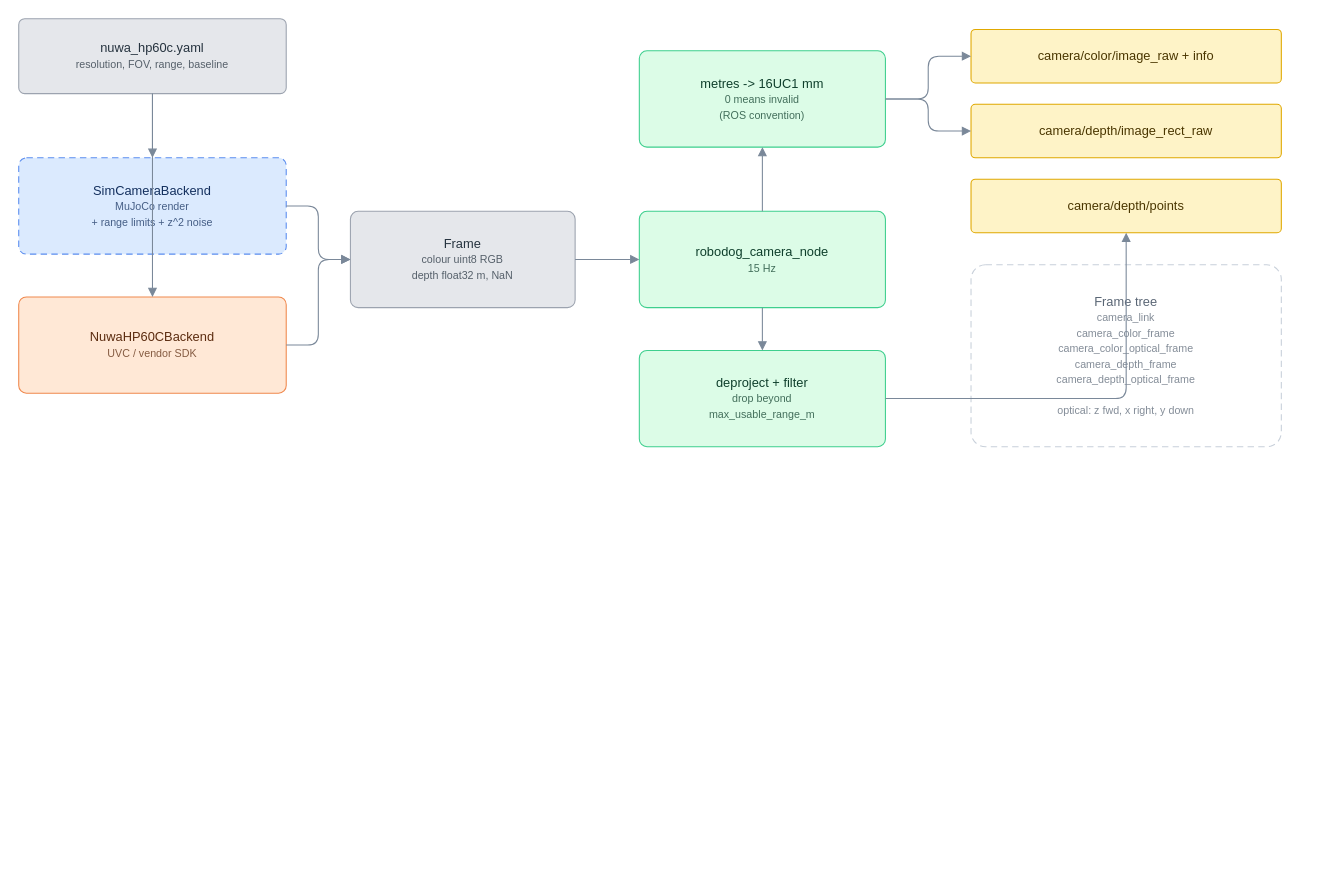
farouk15160/robodog keeps this draw.io diagram as docs/diagrams/perception_pipeline.drawio. Above is the earlier version. Source tidied: cells renumbered, new cells numbered last; positions are measured from the earlier drawing's top-left corner, leaving out a move shared by most shapes. Both pictures are drawn from the tidied source at 107%, with x=0, y=0 at pixel (18, 18).
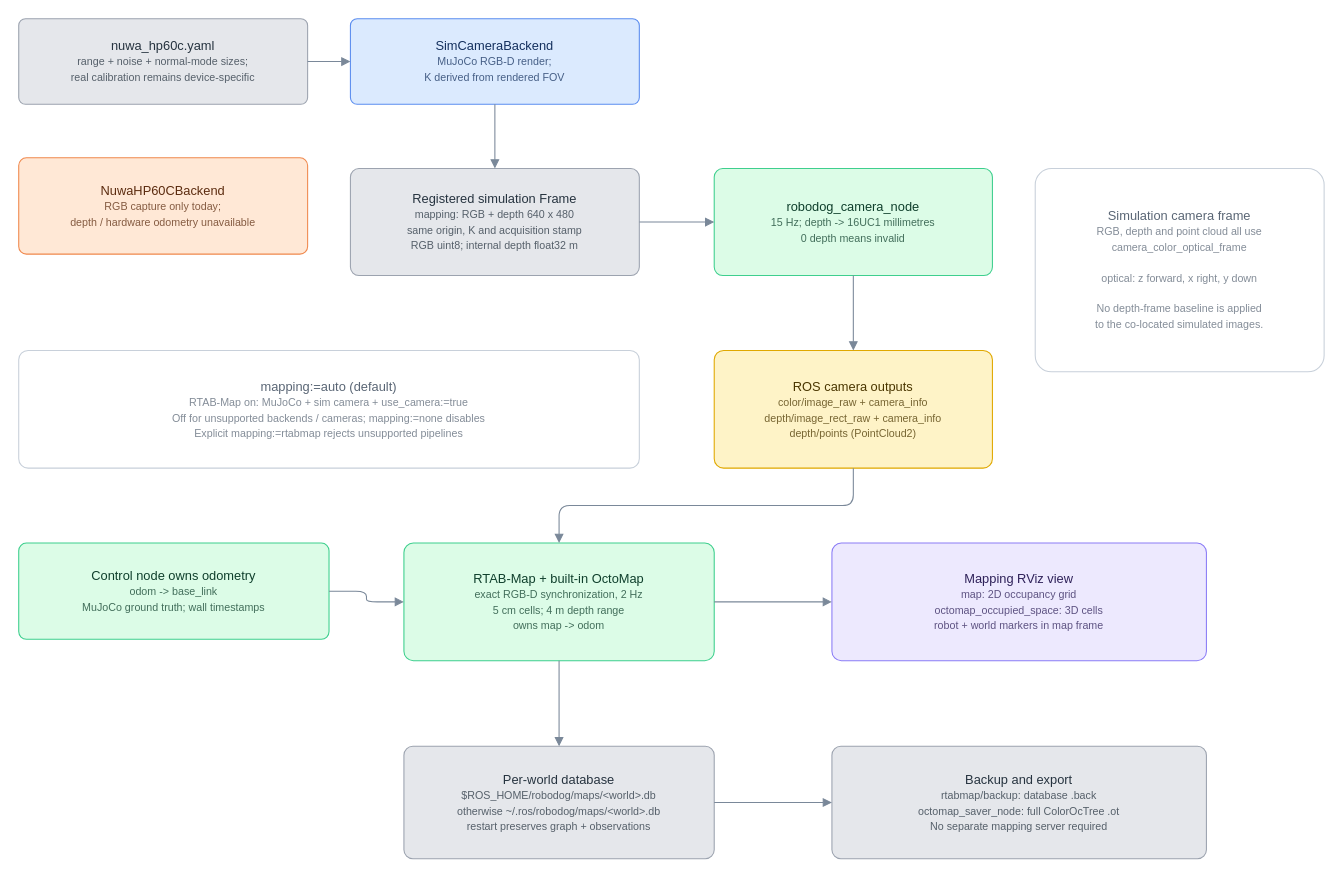
The same diagram, later.

The edit, as a diff of the source:
```diff
@@
-    <mxCell id="2" value="nuwa_hp60c.yaml&lt;br/&gt;&lt;font style='font-size:10px;opacity:0.75'&gt;resolution, FOV, range, baseline&lt;/font&gt;" style="rounded=1;whiteSpace=wrap;html=1;fillColor=#e5e7eb;strokeColor=#9ca3af;fontColor=#26333f;fontFamily=Helvetica;fontSize=12;arcSize=8;verticalAlign=middle;align=center;spacing=4;" parent="1" vertex="1">
-      <mxGeometry width="250" height="70" as="geometry" />
+    <mxCell id="2" value="nuwa_hp60c.yaml&lt;br/&gt;&lt;font style='font-size:10px;opacity:0.75'&gt;range + noise + normal-mode sizes;&#10;real calibration remains device-specific&lt;/font&gt;" style="rounded=1;whiteSpace=wrap;html=1;fillColor=#e5e7eb;strokeColor=#9ca3af;fontColor=#26333f;fontFamily=Helvetica;fontSize=12;arcSize=8;verticalAlign=middle;align=center;spacing=4;" parent="1" vertex="1">
+      <mxGeometry width="270" height="80" as="geometry" />
     </mxCell>
-    <mxCell id="3" value="SimCameraBackend&lt;br/&gt;&lt;font style='font-size:10px;opacity:0.75'&gt;MuJoCo render&#10;+ range limits + z^2 noise&lt;/font&gt;" style="rounded=1;whiteSpace=wrap;html=1;fillColor=#dbeafe;strokeColor=#5b8def;fontColor=#14305e;fontFamily=Helvetica;fontSize=12;arcSize=8;verticalAlign=middle;align=center;spacing=4;dashed=1;dashPattern=6 4;" parent="1" vertex="1">
-      <mxGeometry y="130" width="250" height="90" as="geometry" />
+    <mxCell id="3" value="SimCameraBackend&lt;br/&gt;&lt;font style='font-size:10px;opacity:0.75'&gt;MuJoCo RGB-D render;&#10;K derived from rendered FOV&lt;/font&gt;" style="rounded=1;whiteSpace=wrap;html=1;fillColor=#dbeafe;strokeColor=#5b8def;fontColor=#14305e;fontFamily=Helvetica;fontSize=12;arcSize=8;verticalAlign=middle;align=center;spacing=4;" parent="1" vertex="1">
+      <mxGeometry x="310" width="270" height="80" as="geometry" />
     </mxCell>
-    <mxCell id="4" value="NuwaHP60CBackend&lt;br/&gt;&lt;font style='font-size:10px;opacity:0.75'&gt;UVC / vendor SDK&lt;/font&gt;" style="rounded=1;whiteSpace=wrap;html=1;fillColor=#ffe8d6;strokeColor=#f0894e;fontColor=#5c2c10;fontFamily=Helvetica;fontSize=12;arcSize=8;verticalAlign=middle;align=center;spacing=4;" parent="1" vertex="1">
-      <mxGeometry y="260" width="250" height="90" as="geometry" />
+    <mxCell id="4" value="NuwaHP60CBackend&lt;br/&gt;&lt;font style='font-size:10px;opacity:0.75'&gt;RGB capture only today;&#10;depth / hardware odometry unavailable&lt;/font&gt;" style="rounded=1;whiteSpace=wrap;html=1;fillColor=#ffe8d6;strokeColor=#f0894e;fontColor=#5c2c10;fontFamily=Helvetica;fontSize=12;arcSize=8;verticalAlign=middle;align=center;spacing=4;" parent="1" vertex="1">
+      <mxGeometry y="130" width="270" height="90" as="geometry" />
     </mxCell>
-    <mxCell id="5" value="Frame&lt;br/&gt;&lt;font style='font-size:10px;opacity:0.75'&gt;colour uint8 RGB&#10;depth float32 m, NaN&lt;/font&gt;" style="rounded=1;whiteSpace=wrap;html=1;fillColor=#e5e7eb;strokeColor=#9ca3af;fontColor=#26333f;fontFamily=Helvetica;fontSize=12;arcSize=8;verticalAlign=middle;align=center;spacing=4;" parent="1" vertex="1">
-      <mxGeometry x="310" y="180" width="210" height="90" as="geometry" />
+    <mxCell id="5" value="Registered simulation Frame&lt;br/&gt;&lt;font style='font-size:10px;opacity:0.75'&gt;mapping: RGB + depth 640 x 480&#10;same origin, K and acquisition stamp&#10;RGB uint8; internal depth float32 m&lt;/font&gt;" style="rounded=1;whiteSpace=wrap;html=1;fillColor=#e5e7eb;strokeColor=#9ca3af;fontColor=#26333f;fontFamily=Helvetica;fontSize=12;arcSize=8;verticalAlign=middle;align=center;spacing=4;" parent="1" vertex="1">
+      <mxGeometry x="310" y="140" width="270" height="100" as="geometry" />
     </mxCell>
-    <mxCell id="6" value="robodog_camera_node&lt;br/&gt;&lt;font style='font-size:10px;opacity:0.75'&gt;15 Hz&lt;/font&gt;" style="rounded=1;whiteSpace=wrap;html=1;fillColor=#dcfce7;strokeColor=#3ecf8e;fontColor=#0f3f2c;fontFamily=Helvetica;fontSize=12;arcSize=8;verticalAlign=middle;align=center;spacing=4;" parent="1" vertex="1">
-      <mxGeometry x="580" y="180" width="230" height="90" as="geometry" />
+    <mxCell id="6" value="robodog_camera_node&lt;br/&gt;&lt;font style='font-size:10px;opacity:0.75'&gt;15 Hz; depth -&amp;gt; 16UC1 millimetres&#10;0 depth means invalid&lt;/font&gt;" style="rounded=1;whiteSpace=wrap;html=1;fillColor=#dcfce7;strokeColor=#3ecf8e;fontColor=#0f3f2c;fontFamily=Helvetica;fontSize=12;arcSize=8;verticalAlign=middle;align=center;spacing=4;" parent="1" vertex="1">
+      <mxGeometry x="650" y="140" width="260" height="100" as="geometry" />
     </mxCell>
-    <mxCell id="7" value="metres -&amp;gt; 16UC1 mm&lt;br/&gt;&lt;font style='font-size:10px;opacity:0.75'&gt;0 means invalid&#10;(ROS convention)&lt;/font&gt;" style="rounded=1;whiteSpace=wrap;html=1;fillColor=#dcfce7;strokeColor=#3ecf8e;fontColor=#0f3f2c;fontFamily=Helvetica;fontSize=12;arcSize=8;verticalAlign=middle;align=center;spacing=4;" parent="1" vertex="1">
-      <mxGeometry x="580" y="30" width="230" height="90" as="geometry" />
-    </mxCell>
-    <mxCell id="8" value="deproject + filter&lt;br/&gt;&lt;font style='font-size:10px;opacity:0.75'&gt;drop beyond&#10;max_usable_range_m&lt;/font&gt;" style="rounded=1;whiteSpace=wrap;html=1;fillColor=#dcfce7;strokeColor=#3ecf8e;fontColor=#0f3f2c;fontFamily=Helvetica;fontSize=12;arcSize=8;verticalAlign=middle;align=center;spacing=4;" parent="1" vertex="1">
-      <mxGeometry x="580" y="310" width="230" height="90" as="geometry" />
-    </mxCell>
-    <mxCell id="9" value="camera/color/image_raw + info" style="rounded=1;whiteSpace=wrap;html=1;fillColor=#fef3c7;strokeColor=#e0a800;fontColor=#4a3600;fontFamily=Helvetica;fontSize=12;arcSize=8;verticalAlign=middle;align=center;spacing=4;" parent="1" vertex="1">
-      <mxGeometry x="890" y="10" width="290" height="50" as="geometry" />
-    </mxCell>
-    <mxCell id="10" value="camera/depth/image_rect_raw" style="rounded=1;whiteSpace=wrap;html=1;fillColor=#fef3c7;strokeColor=#e0a800;fontColor=#4a3600;fontFamily=Helvetica;fontSize=12;arcSize=8;verticalAlign=middle;align=center;spacing=4;" parent="1" vertex="1">
-      <mxGeometry x="890" y="80" width="290" height="50" as="geometry" />
-    </mxCell>
-    <mxCell id="11" value="camera/depth/points" style="rounded=1;whiteSpace=wrap;html=1;fillColor=#fef3c7;strokeColor=#e0a800;fontColor=#4a3600;fontFamily=Helvetica;fontSize=12;arcSize=8;verticalAlign=middle;align=center;spacing=4;" parent="1" vertex="1">
-      <mxGeometry x="890" y="150" width="290" height="50" as="geometry" />
-    </mxCell>
-    <mxCell id="12" value="Frame tree&lt;br/&gt;&lt;font style='font-size:10px;opacity:0.75'&gt;camera_link&#10;  camera_color_frame&#10;    camera_color_optical_frame&#10;  camera_depth_frame&#10;    camera_depth_optical_frame&#10;&#10;optical: z fwd, x right, y down&lt;/font&gt;" style="rounded=1;whiteSpace=wrap;html=1;fillColor=#ffffff;strokeColor=#c8d0da;fontColor=#5a6675;fontFamily=Helvetica;fontSize=12;arcSize=8;verticalAlign=middle;align=center;spacing=4;dashed=1;dashPattern=6 4;" parent="1" vertex="1">
-      <mxGeometry x="890" y="230" width="290" height="170" as="geometry" />
-    </mxCell>
+    <mxCell id="23" value="ROS camera outputs&lt;br/&gt;&lt;font style='font-size:10px;opacity:0.75'&gt;color/image_raw + camera_info&#10;depth/image_rect_raw + camera_info&#10;depth/points (PointCloud2)&lt;/font&gt;" style="rounded=1;whiteSpace=wrap;html=1;fillColor=#fef3c7;strokeColor=#e0a800;fontColor=#4a3600;fontFamily=Helvetica;fontSize=12;arcSize=8;verticalAlign=middle;align=center;spacing=4;" parent="1" vertex="1">
+      <mxGeometry x="650" y="310" width="260" height="110" as="geometry" />
+    </mxCell>
+    <mxCell id="24" value="Simulation camera frame&lt;br/&gt;&lt;font style='font-size:10px;opacity:0.75'&gt;RGB, depth and point cloud all use&#10;camera_color_optical_frame&#10;&#10;optical: z forward, x right, y down&#10;&#10;No depth-frame baseline is applied&#10;to the co-located simulated images.&lt;/font&gt;" style="rounded=1;whiteSpace=wrap;html=1;fillColor=#ffffff;strokeColor=#c8d0da;fontColor=#5a6675;fontFamily=Helvetica;fontSize=12;arcSize=8;verticalAlign=middle;align=center;spacing=4;" parent="1" vertex="1">
+      <mxGeometry x="950" y="140" width="270" height="190" as="geometry" />
+    </mxCell>
+    <mxCell id="25" value="mapping:=auto (default)&lt;br/&gt;&lt;font style='font-size:10px;opacity:0.75'&gt;RTAB-Map on: MuJoCo + sim camera + use_camera:=true&#10;Off for unsupported backends / cameras; mapping:=none disables&#10;Explicit mapping:=rtabmap rejects unsupported pipelines&lt;/font&gt;" style="rounded=1;whiteSpace=wrap;html=1;fillColor=#ffffff;strokeColor=#c8d0da;fontColor=#5a6675;fontFamily=Helvetica;fontSize=12;arcSize=8;verticalAlign=middle;align=center;spacing=4;" parent="1" vertex="1">
+      <mxGeometry y="310" width="580" height="110" as="geometry" />
+    </mxCell>
+    <mxCell id="26" value="Control node owns odometry&lt;br/&gt;&lt;font style='font-size:10px;opacity:0.75'&gt;odom -&amp;gt; base_link&#10;MuJoCo ground truth; wall timestamps&lt;/font&gt;" style="rounded=1;whiteSpace=wrap;html=1;fillColor=#dcfce7;strokeColor=#3ecf8e;fontColor=#0f3f2c;fontFamily=Helvetica;fontSize=12;arcSize=8;verticalAlign=middle;align=center;spacing=4;" parent="1" vertex="1">
+      <mxGeometry y="490" width="290" height="90" as="geometry" />
+    </mxCell>
+    <mxCell id="27" value="RTAB-Map + built-in OctoMap&lt;br/&gt;&lt;font style='font-size:10px;opacity:0.75'&gt;exact RGB-D synchronization, 2 Hz&#10;5 cm cells; 4 m depth range&#10;owns map -&amp;gt; odom&lt;/font&gt;" style="rounded=1;whiteSpace=wrap;html=1;fillColor=#dcfce7;strokeColor=#3ecf8e;fontColor=#0f3f2c;fontFamily=Helvetica;fontSize=12;arcSize=8;verticalAlign=middle;align=center;spacing=4;" parent="1" vertex="1">
+      <mxGeometry x="360" y="490" width="290" height="110" as="geometry" />
+    </mxCell>
+    <mxCell id="28" value="Mapping RViz view&lt;br/&gt;&lt;font style='font-size:10px;opacity:0.75'&gt;map: 2D occupancy grid&#10;octomap_occupied_space: 3D cells&#10;robot + world markers in map frame&lt;/font&gt;" style="rounded=1;whiteSpace=wrap;html=1;fillColor=#ede9fe;strokeColor=#8b7cf6;fontColor=#2e2159;fontFamily=Helvetica;fontSize=12;arcSize=8;verticalAlign=middle;align=center;spacing=4;" parent="1" vertex="1">
+      <mxGeometry x="760" y="490" width="350" height="110" as="geometry" />
+    </mxCell>
+    <mxCell id="29" value="Per-world database&lt;br/&gt;&lt;font style='font-size:10px;opacity:0.75'&gt;$ROS_HOME/robodog/maps/&amp;lt;world&amp;gt;.db&#10;otherwise ~/.ros/robodog/maps/&amp;lt;world&amp;gt;.db&#10;restart preserves graph + observations&lt;/font&gt;" style="rounded=1;whiteSpace=wrap;html=1;fillColor=#e5e7eb;strokeColor=#9ca3af;fontColor=#26333f;fontFamily=Helvetica;fontSize=12;arcSize=8;verticalAlign=middle;align=center;spacing=4;" parent="1" vertex="1">
+      <mxGeometry x="360" y="680" width="290" height="105" as="geometry" />
+    </mxCell>
+    <mxCell id="30" value="Backup and export&lt;br/&gt;&lt;font style='font-size:10px;opacity:0.75'&gt;rtabmap/backup: database .back&#10;octomap_saver_node: full ColorOcTree .ot&#10;No separate mapping server required&lt;/font&gt;" style="rounded=1;whiteSpace=wrap;html=1;fillColor=#e5e7eb;strokeColor=#9ca3af;fontColor=#26333f;fontFamily=Helvetica;fontSize=12;arcSize=8;verticalAlign=middle;align=center;spacing=4;" parent="1" vertex="1">
+      <mxGeometry x="760" y="680" width="350" height="105" as="geometry" />
+    </mxCell>
@@
-    <mxCell id="14" style="edgeStyle=orthogonalEdgeStyle;rounded=1;html=1;fontFamily=Helvetica;fontSize=10;fontColor=#4a5568;strokeColor=#7a8899;endArrow=block;endFill=1;" parent="1" edge="1" source="2" target="4">
+    <mxCell id="14" style="edgeStyle=orthogonalEdgeStyle;rounded=1;html=1;fontFamily=Helvetica;fontSize=10;fontColor=#4a5568;strokeColor=#7a8899;endArrow=block;endFill=1;" parent="1" edge="1" source="3" target="5">
       <mxGeometry relative="1" as="geometry" />
     </mxCell>
-    <mxCell id="15" style="edgeStyle=orthogonalEdgeStyle;rounded=1;html=1;fontFamily=Helvetica;fontSize=10;fontColor=#4a5568;strokeColor=#7a8899;endArrow=block;endFill=1;" parent="1" edge="1" source="3" target="5">
+    <mxCell id="15" style="edgeStyle=orthogonalEdgeStyle;rounded=1;html=1;fontFamily=Helvetica;fontSize=10;fontColor=#4a5568;strokeColor=#7a8899;endArrow=block;endFill=1;" parent="1" edge="1" source="5" target="6">
       <mxGeometry relative="1" as="geometry" />
     </mxCell>
-    <mxCell id="16" style="edgeStyle=orthogonalEdgeStyle;rounded=1;html=1;fontFamily=Helvetica;fontSize=10;fontColor=#4a5568;strokeColor=#7a8899;endArrow=block;endFill=1;" parent="1" edge="1" source="4" target="5">
+    <mxCell id="16" style="edgeStyle=orthogonalEdgeStyle;rounded=1;html=1;fontFamily=Helvetica;fontSize=10;fontColor=#4a5568;strokeColor=#7a8899;endArrow=block;endFill=1;" parent="1" edge="1" source="6" target="23">
       <mxGeometry relative="1" as="geometry" />
     </mxCell>
-    <mxCell id="17" style="edgeStyle=orthogonalEdgeStyle;rounded=1;html=1;fontFamily=Helvetica;fontSize=10;fontColor=#4a5568;strokeColor=#7a8899;endArrow=block;endFill=1;" parent="1" edge="1" source="5" target="6">
+    <mxCell id="17" style="edgeStyle=orthogonalEdgeStyle;rounded=1;html=1;fontFamily=Helvetica;fontSize=10;fontColor=#4a5568;strokeColor=#7a8899;endArrow=block;endFill=1;" parent="1" edge="1" source="23" target="27">
       <mxGeometry relative="1" as="geometry" />
     </mxCell>
-    <mxCell id="18" style="edgeStyle=orthogonalEdgeStyle;rounded=1;html=1;fontFamily=Helvetica;fontSize=10;fontColor=#4a5568;strokeColor=#7a8899;endArrow=block;endFill=1;" parent="1" edge="1" source="6" target="7">
+    <mxCell id="18" style="edgeStyle=orthogonalEdgeStyle;rounded=1;html=1;fontFamily=Helvetica;fontSize=10;fontColor=#4a5568;strokeColor=#7a8899;endArrow=block;endFill=1;" parent="1" edge="1" source="26" target="27">
       <mxGeometry relative="1" as="geometry" />
     </mxCell>
-    <mxCell id="19" style="edgeStyle=orthogonalEdgeStyle;rounded=1;html=1;fontFamily=Helvetica;fontSize=10;fontColor=#4a5568;strokeColor=#7a8899;endArrow=block;endFill=1;" parent="1" edge="1" source="6" target="8">
+    <mxCell id="19" style="edgeStyle=orthogonalEdgeStyle;rounded=1;html=1;fontFamily=Helvetica;fontSize=10;fontColor=#4a5568;strokeColor=#7a8899;endArrow=block;endFill=1;" parent="1" edge="1" source="27" target="28">
       <mxGeometry relative="1" as="geometry" />
     </mxCell>
-    <mxCell id="20" style="edgeStyle=orthogonalEdgeStyle;rounded=1;html=1;fontFamily=Helvetica;fontSize=10;fontColor=#4a5568;strokeColor=#7a8899;endArrow=block;endFill=1;" parent="1" edge="1" source="7" target="9">
+    <mxCell id="20" style="edgeStyle=orthogonalEdgeStyle;rounded=1;html=1;fontFamily=Helvetica;fontSize=10;fontColor=#4a5568;strokeColor=#7a8899;endArrow=block;endFill=1;" parent="1" edge="1" source="27" target="29">
       <mxGeometry relative="1" as="geometry" />
     </mxCell>
-    <mxCell id="21" style="edgeStyle=orthogonalEdgeStyle;rounded=1;html=1;fontFamily=Helvetica;fontSize=10;fontColor=#4a5568;strokeColor=#7a8899;endArrow=block;endFill=1;" parent="1" edge="1" source="7" target="10">
+    <mxCell id="21" style="edgeStyle=orthogonalEdgeStyle;rounded=1;html=1;fontFamily=Helvetica;fontSize=10;fontColor=#4a5568;strokeColor=#7a8899;endArrow=block;endFill=1;" parent="1" edge="1" source="29" target="30">
       <mxGeometry relative="1" as="geometry" />
     </mxCell>
-    <mxCell id="22" style="edgeStyle=orthogonalEdgeStyle;rounded=1;html=1;fontFamily=Helvetica;fontSize=10;fontColor=#4a5568;strokeColor=#7a8899;endArrow=block;endFill=1;" parent="1" edge="1" source="8" target="11">
-      <mxGeometry relative="1" as="geometry" />
-    </mxCell>
```
